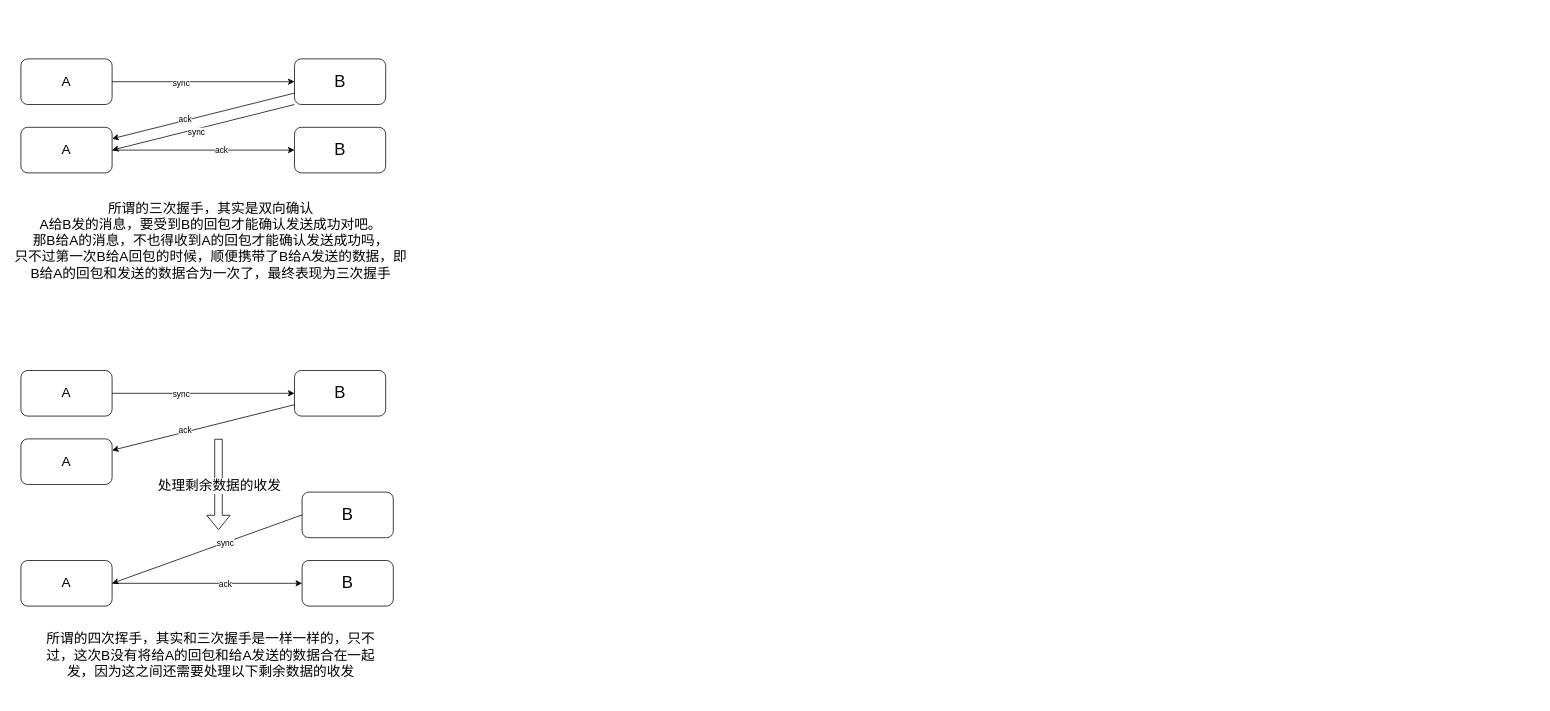
Earlier version of the draw.io diagram 网络.drawio (junpfeng/UE). Source tidied: cells renumbered, new cells numbered last; positions are measured from the earlier drawing's top-left corner, leaving out a move shared by most shapes. Both pictures are drawn from the tidied source at 76%, with x=0, y=0 at pixel (13, 59).
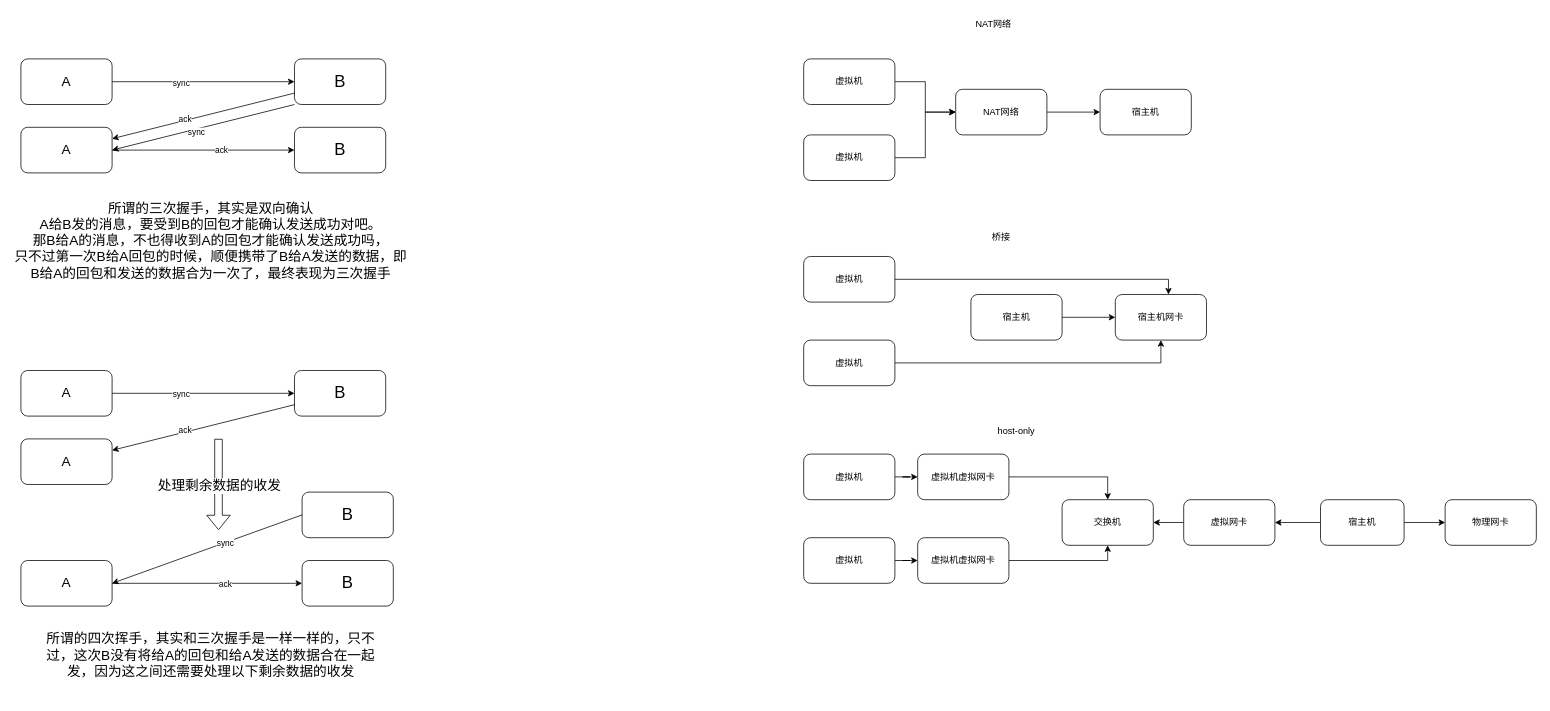
The same diagram, later.

Diff of the diagram source:
```diff
@@
+    <mxCell id="32" style="edgeStyle=orthogonalEdgeStyle;rounded=0;jettySize=auto;html=1;" parent="1" edge="1" source="33" target="36">
+      <mxGeometry relative="1" as="geometry" />
+    </mxCell>
+    <mxCell id="33" value="NAT网络" style="rounded=1;whiteSpace=wrap;html=1;" parent="1" vertex="1">
+      <mxGeometry x="1240" y="40" width="120" height="60" as="geometry" />
+    </mxCell>
+    <mxCell id="34" style="edgeStyle=orthogonalEdgeStyle;rounded=0;jettySize=auto;html=1;exitX=1;exitY=0.5;exitDx=0;exitDy=0;entryX=0;entryY=0.5;entryDx=0;entryDy=0;" parent="1" edge="1" source="35" target="33">
+      <mxGeometry relative="1" as="geometry" />
+    </mxCell>
+    <mxCell id="35" value="虚拟机" style="rounded=1;whiteSpace=wrap;html=1;" parent="1" vertex="1">
+      <mxGeometry x="1040" width="120" height="60" as="geometry" />
+    </mxCell>
+    <mxCell id="36" value="宿主机" style="rounded=1;whiteSpace=wrap;html=1;" parent="1" vertex="1">
+      <mxGeometry x="1430" y="40" width="120" height="60" as="geometry" />
+    </mxCell>
+    <mxCell id="37" style="edgeStyle=orthogonalEdgeStyle;rounded=0;jettySize=auto;html=1;" parent="1" edge="1" source="38" target="33">
+      <mxGeometry relative="1" as="geometry" />
+    </mxCell>
+    <mxCell id="38" value="虚拟机" style="rounded=1;whiteSpace=wrap;html=1;" parent="1" vertex="1">
+      <mxGeometry x="1040" y="100" width="120" height="60" as="geometry" />
+    </mxCell>
+    <mxCell id="39" value="虚拟机" style="rounded=1;whiteSpace=wrap;html=1;" parent="1" vertex="1">
+      <mxGeometry x="1040" y="260" width="120" height="60" as="geometry" />
+    </mxCell>
+    <mxCell id="40" style="edgeStyle=orthogonalEdgeStyle;rounded=0;jettySize=auto;html=1;exitX=1;exitY=0.5;exitDx=0;exitDy=0;entryX=0.5;entryY=1;entryDx=0;entryDy=0;" parent="1" edge="1" source="41" target="44">
+      <mxGeometry relative="1" as="geometry" />
+    </mxCell>
+    <mxCell id="41" value="虚拟机" style="rounded=1;whiteSpace=wrap;html=1;" parent="1" vertex="1">
+      <mxGeometry x="1040" y="370" width="120" height="60" as="geometry" />
+    </mxCell>
+    <mxCell id="42" style="edgeStyle=orthogonalEdgeStyle;rounded=0;jettySize=auto;html=1;exitX=1;exitY=0.5;exitDx=0;exitDy=0;entryX=0;entryY=0.5;entryDx=0;entryDy=0;" parent="1" edge="1" source="43" target="44">
+      <mxGeometry relative="1" as="geometry" />
+    </mxCell>
+    <mxCell id="43" value="宿主机" style="rounded=1;whiteSpace=wrap;html=1;" parent="1" vertex="1">
+      <mxGeometry x="1260" y="310" width="120" height="60" as="geometry" />
+    </mxCell>
+    <mxCell id="44" value="宿主机网卡" style="rounded=1;whiteSpace=wrap;html=1;" parent="1" vertex="1">
+      <mxGeometry x="1450" y="310" width="120" height="60" as="geometry" />
+    </mxCell>
+    <mxCell id="45" style="edgeStyle=orthogonalEdgeStyle;rounded=0;jettySize=auto;html=1;exitX=1;exitY=0.5;exitDx=0;exitDy=0;entryX=0.583;entryY=0;entryDx=0;entryDy=0;entryPerimeter=0;" parent="1" edge="1" source="39" target="44">
+      <mxGeometry relative="1" as="geometry" />
+    </mxCell>
+    <mxCell id="46" style="edgeStyle=orthogonalEdgeStyle;rounded=0;jettySize=auto;html=1;" parent="1" edge="1" source="47" target="57">
+      <mxGeometry relative="1" as="geometry" />
+    </mxCell>
+    <mxCell id="47" value="虚拟机" style="rounded=1;whiteSpace=wrap;html=1;" parent="1" vertex="1">
+      <mxGeometry x="1040" y="520" width="120" height="60" as="geometry" />
+    </mxCell>
+    <mxCell id="48" style="edgeStyle=orthogonalEdgeStyle;rounded=0;jettySize=auto;html=1;" parent="1" edge="1" source="49" target="59">
+      <mxGeometry relative="1" as="geometry" />
+    </mxCell>
+    <mxCell id="49" value="虚拟机" style="rounded=1;whiteSpace=wrap;html=1;" parent="1" vertex="1">
+      <mxGeometry x="1040" y="630" width="120" height="60" as="geometry" />
+    </mxCell>
+    <mxCell id="50" style="edgeStyle=orthogonalEdgeStyle;rounded=0;jettySize=auto;html=1;" parent="1" edge="1" source="51" target="60">
+      <mxGeometry relative="1" as="geometry" />
+    </mxCell>
+    <mxCell id="51" value="虚拟网卡" style="rounded=1;whiteSpace=wrap;html=1;" parent="1" vertex="1">
+      <mxGeometry x="1540" y="580" width="120" height="60" as="geometry" />
+    </mxCell>
+    <mxCell id="52" style="edgeStyle=orthogonalEdgeStyle;rounded=0;jettySize=auto;html=1;entryX=1;entryY=0.5;entryDx=0;entryDy=0;" parent="1" edge="1" source="54" target="51">
+      <mxGeometry relative="1" as="geometry" />
+    </mxCell>
+    <mxCell id="53" style="edgeStyle=orthogonalEdgeStyle;rounded=0;jettySize=auto;html=1;entryX=0;entryY=0.5;entryDx=0;entryDy=0;" parent="1" edge="1" source="54" target="55">
+      <mxGeometry relative="1" as="geometry" />
+    </mxCell>
+    <mxCell id="54" value="宿主机" style="rounded=1;whiteSpace=wrap;html=1;" parent="1" vertex="1">
+      <mxGeometry x="1720" y="580" width="110" height="60" as="geometry" />
+    </mxCell>
+    <mxCell id="55" value="物理网卡" style="rounded=1;whiteSpace=wrap;html=1;" parent="1" vertex="1">
+      <mxGeometry x="1884" y="580" width="120" height="60" as="geometry" />
+    </mxCell>
+    <mxCell id="56" style="edgeStyle=orthogonalEdgeStyle;rounded=0;jettySize=auto;html=1;entryX=0.5;entryY=0;entryDx=0;entryDy=0;" parent="1" edge="1" source="57" target="60">
+      <mxGeometry relative="1" as="geometry" />
+    </mxCell>
+    <mxCell id="57" value="虚拟机虚拟网卡" style="rounded=1;whiteSpace=wrap;html=1;" parent="1" vertex="1">
+      <mxGeometry x="1190" y="520" width="120" height="60" as="geometry" />
+    </mxCell>
+    <mxCell id="58" style="edgeStyle=orthogonalEdgeStyle;rounded=0;jettySize=auto;html=1;entryX=0.5;entryY=1;entryDx=0;entryDy=0;" parent="1" edge="1" source="59" target="60">
+      <mxGeometry relative="1" as="geometry" />
+    </mxCell>
+    <mxCell id="59" value="虚拟机虚拟网卡" style="rounded=1;whiteSpace=wrap;html=1;" parent="1" vertex="1">
+      <mxGeometry x="1190" y="630" width="120" height="60" as="geometry" />
+    </mxCell>
+    <mxCell id="60" value="交换机" style="rounded=1;whiteSpace=wrap;html=1;" parent="1" vertex="1">
+      <mxGeometry x="1380" y="580" width="120" height="60" as="geometry" />
+    </mxCell>
+    <mxCell id="61" value="NAT网络" style="text;html=1;align=center;verticalAlign=middle;whiteSpace=wrap;rounded=0;" parent="1" vertex="1">
+      <mxGeometry x="1260" y="-60" width="60" height="30" as="geometry" />
+    </mxCell>
+    <mxCell id="62" value="桥接" style="text;html=1;align=center;verticalAlign=middle;whiteSpace=wrap;rounded=0;" parent="1" vertex="1">
+      <mxGeometry x="1270" y="220" width="60" height="30" as="geometry" />
+    </mxCell>
+    <mxCell id="63" value="host-only" style="text;html=1;align=center;verticalAlign=middle;whiteSpace=wrap;rounded=0;" parent="1" vertex="1">
+      <mxGeometry x="1290" y="475" width="60" height="30" as="geometry" />
+    </mxCell>
```
